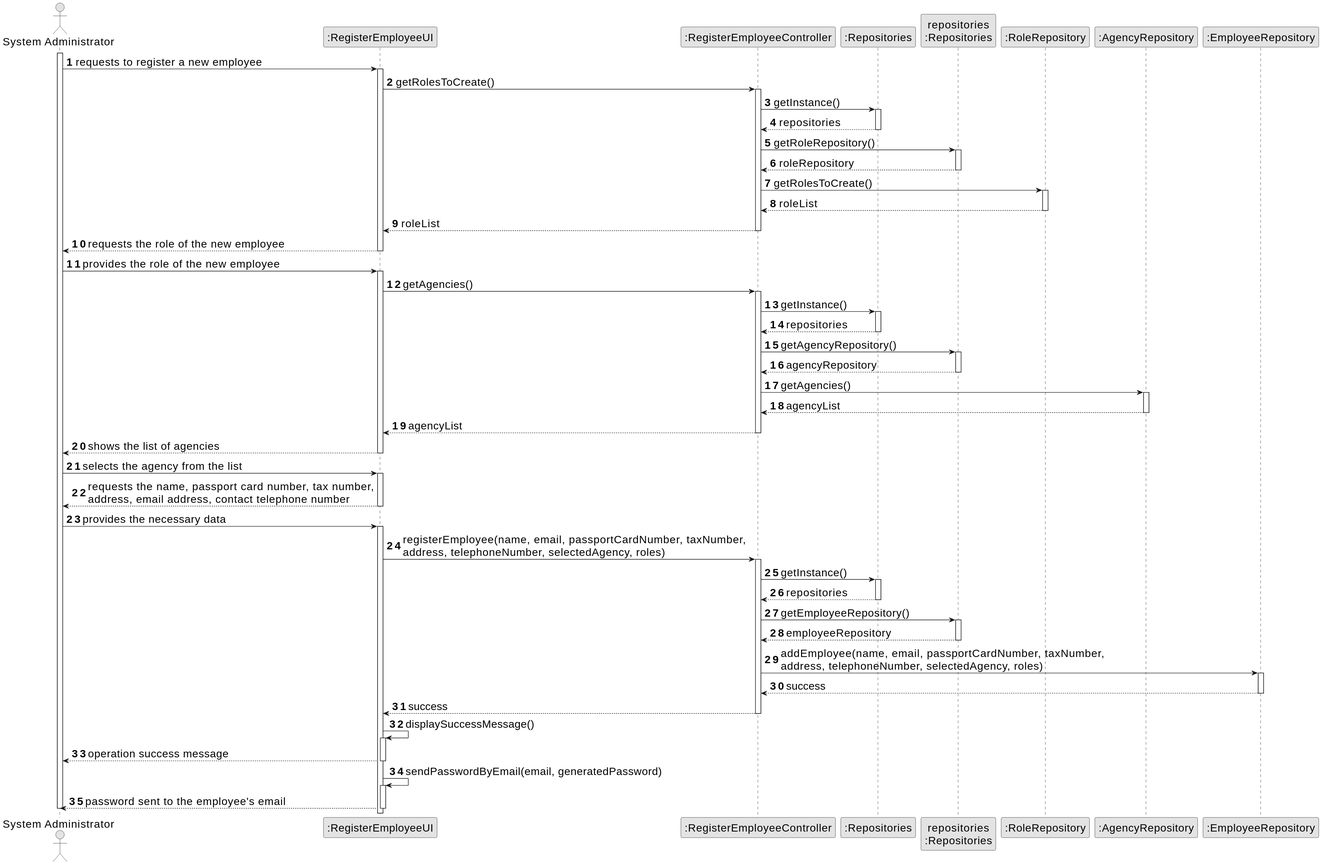
Goncalves2525/real-estate-management-system keeps this PlantUML diagram as docs/sprintB/us003/03.design/svg/us003-sequence-diagram.svg. Above is the earlier version.
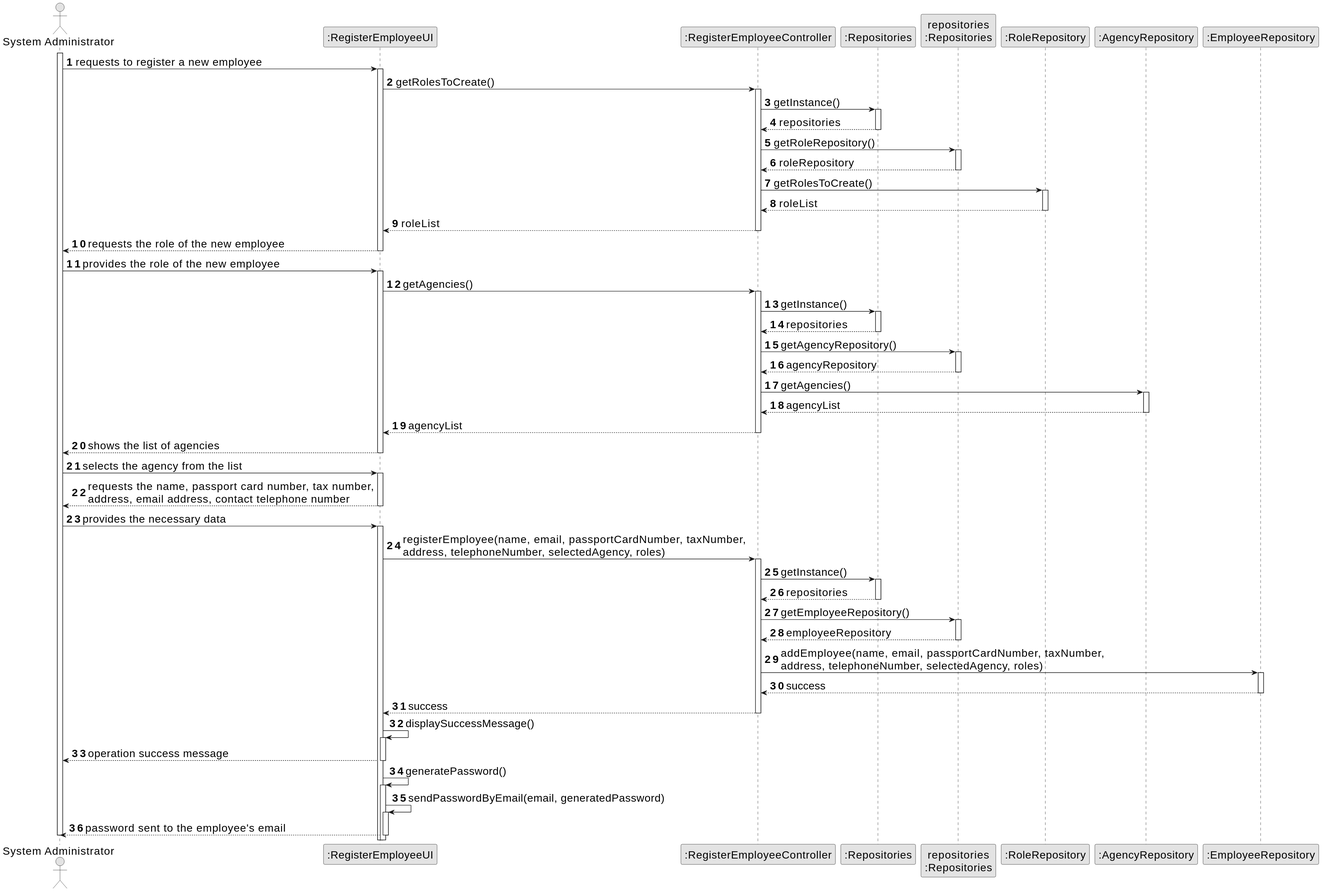
Later version of the same file.

What changed in the source:
```diff
@@ -116,6 +116,9 @@
 UI --> sysAdmin : operation success message
 deactivate UI
 
+UI -> UI : generatePassword()
+activate UI
+
 UI -> UI : sendPasswordByEmail(email, generatedPassword)
 activate UI
 
```
